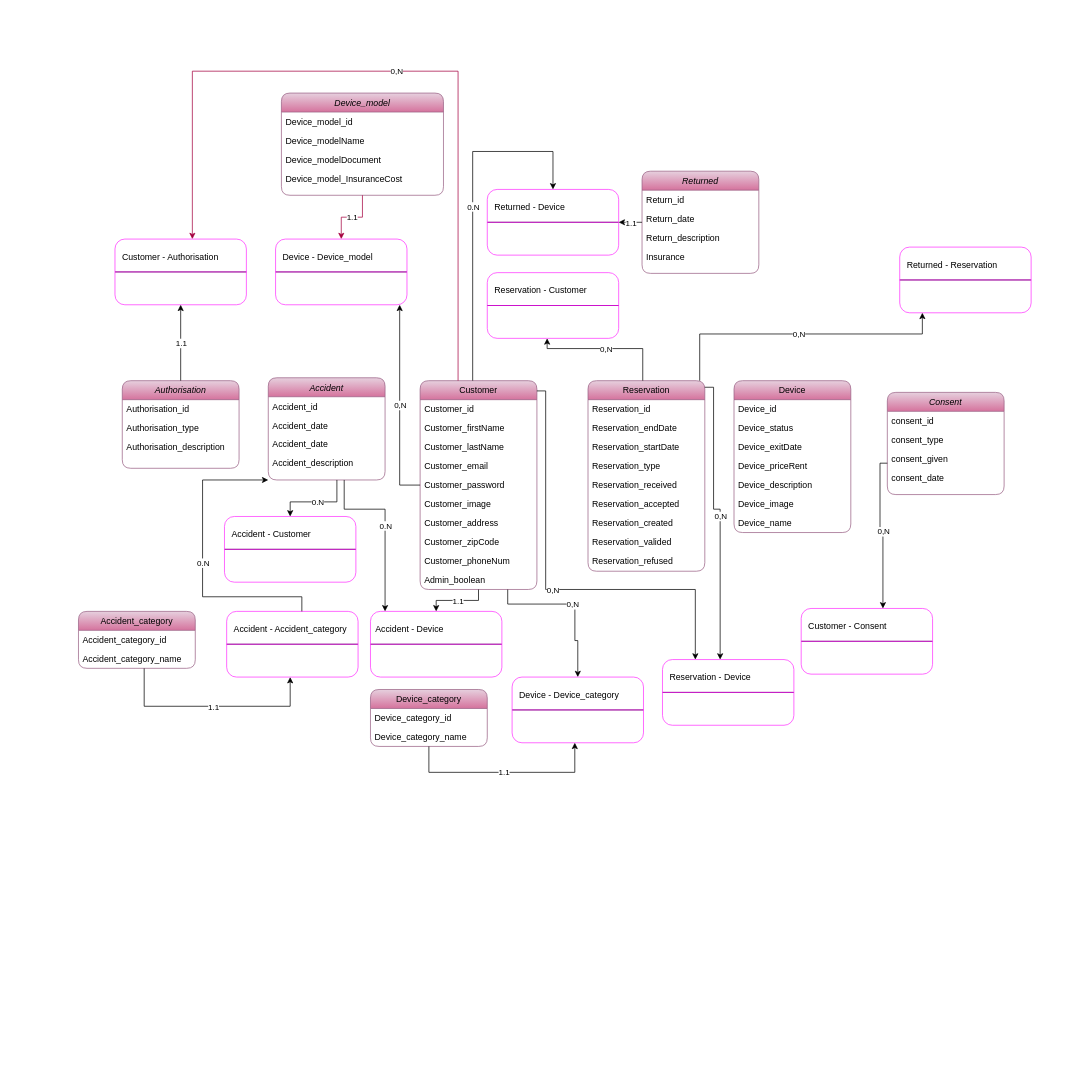
Before: nom.drawio in Ml-devdesign/LocMns-EasyRent, a draw.io diagram. Source tidied: cells renumbered, new cells numbered last; positions are measured from the earlier drawing's top-left corner, leaving out a move shared by most shapes. Both pictures are drawn from the tidied source at 73%, with x=0, y=0 at pixel (78, 71).
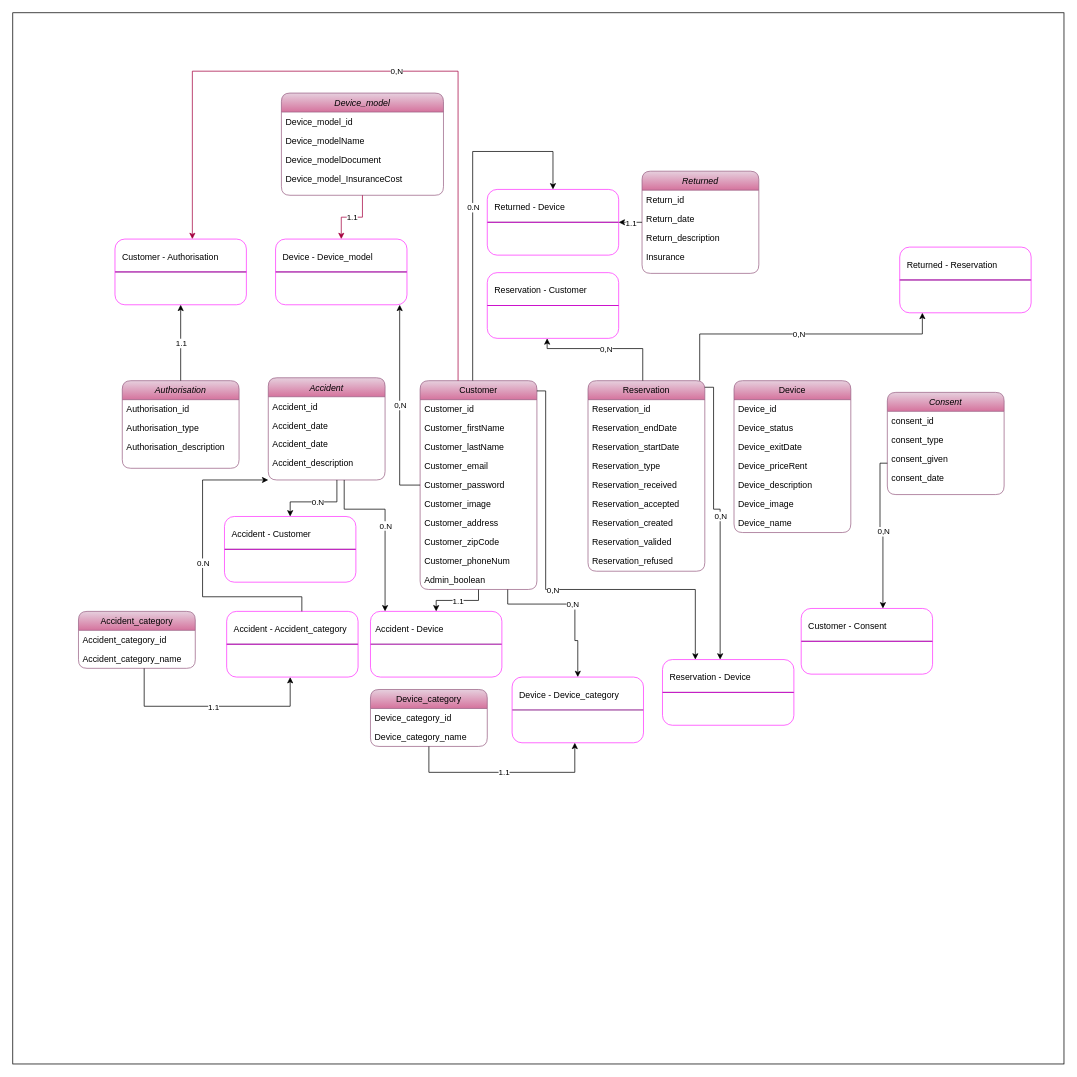
Above is the later version.

Commit message:
Mettre à jour nom.drawio

Unchanged cells that the change refers to:
```xml
<mxCell id="85" style="rounded=1;whiteSpace=wrap;html=1;overflow=visible;strokeColor=#FF33FF;fillColor=none;" parent="1" vertex="1">
  <mxGeometry x="594" y="830" width="180" height="90" as="geometry" />
</mxCell>
```

Change to the diagram source:
```diff
@@
+    <mxCell id="141" style="whiteSpace=wrap;html=1;" parent="1" vertex="1">
+      <mxGeometry x="-90" y="-80" width="1440" height="1440" as="geometry" />
+    </mxCell>
@@
-    <mxCell id="81" style="rounded=1;whiteSpace=wrap;html=1;overflow=visible;strokeColor=#FF33FF;fillColor=none;" parent="1" vertex="1">
+    <mxCell id="81" style="rounded=1;whiteSpace=wrap;html=1;overflow=visible;fillColor=none;strokeColor=#FF33FF;" parent="1" vertex="1">
       <mxGeometry x="400" y="740" width="180" height="90" as="geometry" />
     </mxCell>
-    <mxCell id="82" value="&#10;&lt;br class=&quot;Apple-interchange-newline&quot;&gt;&#10;&#10;" style="endArrow=none;html=1;rounded=0;exitX=0;exitY=0.5;exitDx=0;exitDy=0;entryX=1;entryY=0.5;entryDx=0;entryDy=0;strokeColor=#ff00ff;" parent="1" edge="1" source="81" target="81">
+    <mxCell id="82" value="&#10;&lt;br class=&quot;Apple-interchange-newline&quot;&gt;&#10;&#10;" style="endArrow=none;html=1;rounded=0;exitX=0;exitY=0.5;exitDx=0;exitDy=0;entryX=1;entryY=0.5;entryDx=0;entryDy=0;strokeColor=#FF33FF;" parent="1" edge="1" source="81" target="81">
       <mxGeometry relative="1" as="geometry" />
     </mxCell>
@@
-    <mxCell id="86" value="&#10;&lt;br class=&quot;Apple-interchange-newline&quot;&gt;&#10;&#10;" style="endArrow=none;html=1;rounded=0;exitX=0;exitY=0.5;exitDx=0;exitDy=0;entryX=1;entryY=0.5;entryDx=0;entryDy=0;strokeColor=#ff00ff;" parent="1" edge="1" source="85" target="85">
+    <mxCell id="86" value="&#10;&lt;br class=&quot;Apple-interchange-newline&quot;&gt;&#10;&#10;" style="endArrow=none;html=1;rounded=0;exitX=0;exitY=0.5;exitDx=0;exitDy=0;entryX=1;entryY=0.5;entryDx=0;entryDy=0;strokeColor=#FF66FF;" parent="1" edge="1" source="85" target="85">
       <mxGeometry relative="1" as="geometry" />
     </mxCell>
```
